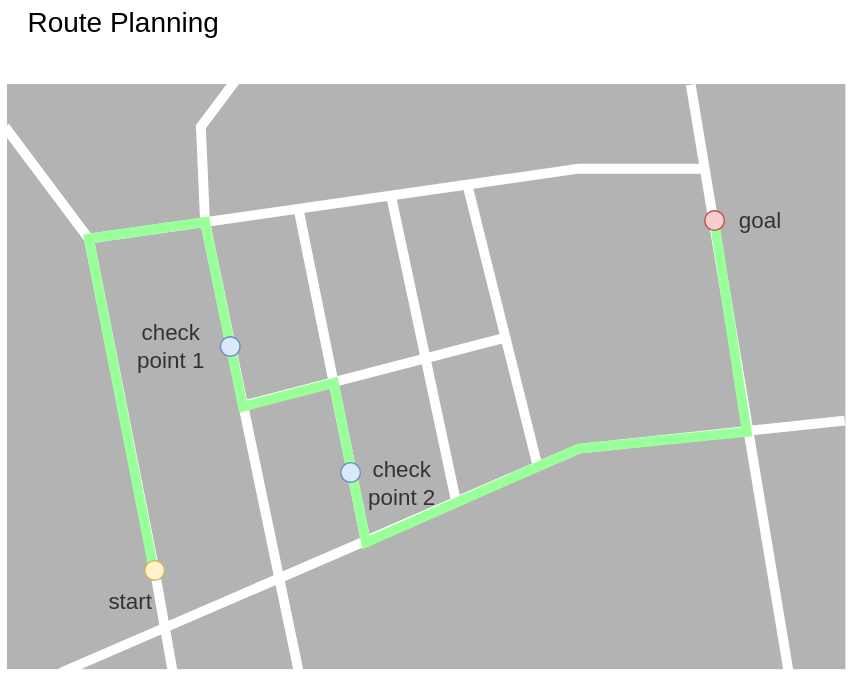
The draw.io diagram pr-355/design/autoware-architecture/planning/image/features-route-planning.drawio.svg in youtalk/autoware-documentation, before a commit. Source tidied: cells renumbered, new cells last; positions are measured from the earlier drawing's top-left corner, leaving out a move shared by most shapes. Source of this version:
```xml
<mxGraphModel>
  <root>
    <mxCell id="0" />
    <mxCell id="1" parent="0" />
    <mxCell id="2" style="rounded=0;whiteSpace=wrap;html=1;labelBackgroundColor=none;rotation=-90;fillColor=#B3B3B3;strokeColor=none;" parent="1" vertex="1">
      <mxGeometry x="92" width="418" height="599" as="geometry" />
    </mxCell>
    <mxCell id="3" value="Route Planning" style="text;html=1;strokeColor=none;fillColor=none;align=center;verticalAlign=middle;whiteSpace=wrap;rounded=0;labelBackgroundColor=none;sketch=0;fontColor=none;fontSize=20;" parent="1" vertex="1">
      <mxGeometry x="7" y="31" width="156" height="30" as="geometry" />
    </mxCell>
    <mxCell id="4" style="endArrow=none;html=1;rounded=0;strokeWidth=7;strokeColor=#FFFFFF;" parent="1" edge="1">
      <mxGeometry relative="1" as="geometry">
        <mxPoint x="60" y="201" as="sourcePoint" />
        <mxPoint x="500" y="151" as="targetPoint" />
        <Array as="points">
          <mxPoint x="410" y="151" />
          <mxPoint x="500" y="151" />
        </Array>
      </mxGeometry>
    </mxCell>
    <mxCell id="5" style="endArrow=none;html=1;rounded=0;strokeWidth=7;strokeColor=#FFFFFF;startArrow=none;" parent="1" edge="1" source="22">
      <mxGeometry relative="1" as="geometry">
        <mxPoint y="121" as="targetPoint" />
        <Array as="points">
          <mxPoint x="60" y="201" />
        </Array>
      </mxGeometry>
    </mxCell>
    <mxCell id="6" style="endArrow=none;html=1;rounded=0;strokeWidth=7;strokeColor=#FFFFFF;" parent="1" edge="1">
      <mxGeometry relative="1" as="geometry">
        <mxPoint x="210" y="511" as="sourcePoint" />
        <mxPoint x="170" y="81" as="targetPoint" />
        <Array as="points">
          <mxPoint x="143" y="189" />
          <mxPoint x="140" y="121" />
        </Array>
      </mxGeometry>
    </mxCell>
    <mxCell id="7" style="endArrow=none;html=1;rounded=0;strokeWidth=7;strokeColor=#FFFFFF;" parent="1" edge="1">
      <mxGeometry relative="1" as="geometry">
        <mxPoint x="600" y="331" as="sourcePoint" />
        <mxPoint x="40" y="511" as="targetPoint" />
        <Array as="points">
          <mxPoint x="410" y="351" />
        </Array>
      </mxGeometry>
    </mxCell>
    <mxCell id="8" style="endArrow=none;html=1;rounded=0;strokeWidth=7;strokeColor=#FFFFFF;" parent="1" edge="1">
      <mxGeometry relative="1" as="geometry">
        <mxPoint x="323" y="392" as="sourcePoint" />
        <mxPoint x="276" y="171" as="targetPoint" />
      </mxGeometry>
    </mxCell>
    <mxCell id="9" style="endArrow=none;html=1;rounded=0;strokeWidth=7;strokeColor=#FFFFFF;" parent="1" edge="1">
      <mxGeometry relative="1" as="geometry">
        <mxPoint x="380" y="361" as="sourcePoint" />
        <mxPoint x="330" y="161" as="targetPoint" />
      </mxGeometry>
    </mxCell>
    <mxCell id="10" style="endArrow=none;html=1;rounded=0;strokeWidth=7;strokeColor=#FFFFFF;" parent="1" edge="1">
      <mxGeometry relative="1" as="geometry">
        <mxPoint x="258" y="418" as="sourcePoint" />
        <mxPoint x="210" y="181" as="targetPoint" />
      </mxGeometry>
    </mxCell>
    <mxCell id="11" style="endArrow=none;html=1;rounded=0;strokeWidth=7;strokeColor=#FFFFFF;" parent="1" edge="1">
      <mxGeometry relative="1" as="geometry">
        <mxPoint x="173" y="319.5" as="sourcePoint" />
        <mxPoint x="360" y="271" as="targetPoint" />
      </mxGeometry>
    </mxCell>
    <mxCell id="12" style="endArrow=none;html=1;rounded=0;strokeWidth=7;strokeColor=#FFFFFF;" parent="1" edge="1">
      <mxGeometry relative="1" as="geometry">
        <mxPoint x="560" y="511" as="sourcePoint" />
        <mxPoint x="490" y="91" as="targetPoint" />
      </mxGeometry>
    </mxCell>
    <mxCell id="13" style="endArrow=none;html=1;rounded=0;strokeWidth=7;strokeColor=#FFFFFF;" parent="1" edge="1" target="22">
      <mxGeometry relative="1" as="geometry">
        <mxPoint x="120" y="511" as="sourcePoint" />
      </mxGeometry>
    </mxCell>
    <mxCell id="14" value="&lt;font style=&quot;font-size: 16px;&quot;&gt;start&lt;/font&gt;" style="text;html=1;strokeColor=none;fillColor=none;align=center;verticalAlign=middle;whiteSpace=wrap;rounded=0;fontColor=#333333;fontSize=16;" parent="1" vertex="1">
      <mxGeometry x="60" y="445" width="60" height="30" as="geometry" />
    </mxCell>
    <mxCell id="15" value="&lt;font style=&quot;font-size: 16px;&quot;&gt;check&lt;br style=&quot;font-size: 16px;&quot;&gt;point 1&lt;/font&gt;" style="text;html=1;strokeColor=none;fillColor=none;align=center;verticalAlign=middle;whiteSpace=wrap;rounded=0;fontColor=#333333;fontSize=16;" parent="1" vertex="1">
      <mxGeometry x="84" y="263" width="70" height="30" as="geometry" />
    </mxCell>
    <mxCell id="16" value="&lt;font style=&quot;font-size: 16px;&quot;&gt;check point 2&amp;nbsp;&lt;/font&gt;" style="text;html=1;strokeColor=none;fillColor=none;align=center;verticalAlign=middle;whiteSpace=wrap;rounded=0;fontColor=#333333;fontSize=16;" parent="1" vertex="1">
      <mxGeometry x="254" y="361" width="60" height="30" as="geometry" />
    </mxCell>
    <mxCell id="17" value="&lt;font style=&quot;font-size: 16px;&quot;&gt;goal&lt;/font&gt;" style="text;html=1;strokeColor=none;fillColor=none;align=center;verticalAlign=middle;whiteSpace=wrap;rounded=0;fontColor=#333333;fontSize=16;" parent="1" vertex="1">
      <mxGeometry x="510" y="173" width="60" height="30" as="geometry" />
    </mxCell>
    <mxCell id="18" style="endArrow=none;html=1;rounded=0;fontColor=#333333;strokeColor=#99FF99;strokeWidth=7;fillColor=#d5e8d4;" parent="1" edge="1">
      <mxGeometry relative="1" as="geometry">
        <mxPoint x="106" y="436" as="sourcePoint" />
        <mxPoint x="507" y="189" as="targetPoint" />
        <Array as="points">
          <mxPoint x="60" y="201" />
          <mxPoint x="143" y="189" />
          <mxPoint x="170" y="321" />
          <mxPoint x="235" y="304" />
          <mxPoint x="258" y="418" />
          <mxPoint x="410" y="351" />
          <mxPoint x="530" y="339" />
        </Array>
      </mxGeometry>
    </mxCell>
    <mxCell id="19" style="ellipse;whiteSpace=wrap;html=1;fillColor=#dae8fc;strokeColor=#6c8ebf;" parent="1" vertex="1">
      <mxGeometry x="154" y="271" width="14" height="14" as="geometry" />
    </mxCell>
    <mxCell id="20" style="ellipse;whiteSpace=wrap;html=1;fillColor=#dae8fc;strokeColor=#6c8ebf;" parent="1" vertex="1">
      <mxGeometry x="240" y="361" width="14" height="14" as="geometry" />
    </mxCell>
    <mxCell id="21" style="ellipse;whiteSpace=wrap;html=1;fillColor=#f8cecc;strokeColor=#b85450;" parent="1" vertex="1">
      <mxGeometry x="500" y="181" width="14" height="14" as="geometry" />
    </mxCell>
    <mxCell id="22" style="ellipse;whiteSpace=wrap;html=1;fillColor=#fff2cc;strokeColor=#d6b656;" parent="1" vertex="1">
      <mxGeometry x="100" y="431" width="14" height="14" as="geometry" />
    </mxCell>
  </root>
</mxGraphModel>
```
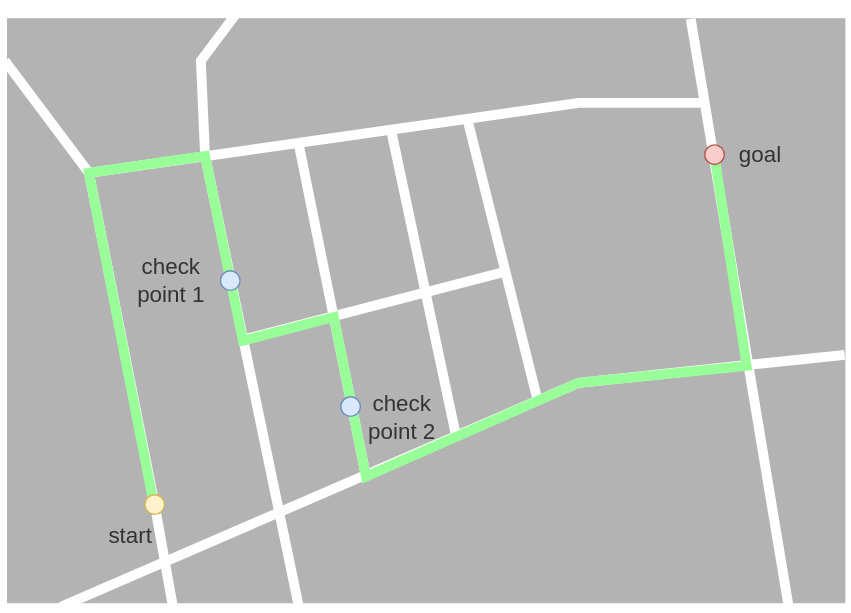
After the commit.

Diff of the diagram source:
```diff
@@ -2,122 +2,122 @@
   <root>
     <mxCell id="0" />
     <mxCell id="1" parent="0" />
+    <mxCell id="23" style="group;" parent="1" vertex="1">
+      <mxGeometry x="1.5" y="90.5" width="599" height="420.5" as="geometry" />
+    </mxCell>
-    <mxCell id="2" style="rounded=0;whiteSpace=wrap;html=1;labelBackgroundColor=none;rotation=-90;fillColor=#B3B3B3;strokeColor=none;" parent="1" vertex="1">
-      <mxGeometry x="92" width="418" height="599" as="geometry" />
+    <mxCell id="2" style="rounded=0;whiteSpace=wrap;html=1;labelBackgroundColor=none;rotation=-90;fillColor=#B3B3B3;strokeColor=none;" parent="23" vertex="1">
+      <mxGeometry x="90.5" y="-90.5" width="418" height="599" as="geometry" />
     </mxCell>
-    <mxCell id="3" value="Route Planning" style="text;html=1;strokeColor=none;fillColor=none;align=center;verticalAlign=middle;whiteSpace=wrap;rounded=0;labelBackgroundColor=none;sketch=0;fontColor=none;fontSize=20;" parent="1" vertex="1">
-      <mxGeometry x="7" y="31" width="156" height="30" as="geometry" />
-    </mxCell>
-    <mxCell id="4" style="endArrow=none;html=1;rounded=0;strokeWidth=7;strokeColor=#FFFFFF;" parent="1" edge="1">
+    <mxCell id="4" style="endArrow=none;html=1;rounded=0;strokeWidth=7;strokeColor=#FFFFFF;" parent="23" edge="1">
       <mxGeometry relative="1" as="geometry">
-        <mxPoint x="60" y="201" as="sourcePoint" />
-        <mxPoint x="500" y="151" as="targetPoint" />
+        <mxPoint x="58.5" y="110.5" as="sourcePoint" />
+        <mxPoint x="498.5" y="60.5" as="targetPoint" />
         <Array as="points">
-          <mxPoint x="410" y="151" />
-          <mxPoint x="500" y="151" />
+          <mxPoint x="408.5" y="60.5" />
+          <mxPoint x="498.5" y="60.5" />
         </Array>
       </mxGeometry>
     </mxCell>
-    <mxCell id="5" style="endArrow=none;html=1;rounded=0;strokeWidth=7;strokeColor=#FFFFFF;startArrow=none;" parent="1" edge="1" source="22">
+    <mxCell id="5" style="endArrow=none;html=1;rounded=0;strokeWidth=7;strokeColor=#FFFFFF;startArrow=none;" parent="23" edge="1" source="22">
       <mxGeometry relative="1" as="geometry">
-        <mxPoint y="121" as="targetPoint" />
+        <mxPoint x="-1.5" y="30.5" as="targetPoint" />
         <Array as="points">
-          <mxPoint x="60" y="201" />
+          <mxPoint x="58.5" y="110.5" />
         </Array>
       </mxGeometry>
     </mxCell>
-    <mxCell id="6" style="endArrow=none;html=1;rounded=0;strokeWidth=7;strokeColor=#FFFFFF;" parent="1" edge="1">
+    <mxCell id="6" style="endArrow=none;html=1;rounded=0;strokeWidth=7;strokeColor=#FFFFFF;" parent="23" edge="1">
       <mxGeometry relative="1" as="geometry">
-        <mxPoint x="210" y="511" as="sourcePoint" />
-        <mxPoint x="170" y="81" as="targetPoint" />
+        <mxPoint x="208.5" y="420.5" as="sourcePoint" />
+        <mxPoint x="168.5" y="-9.5" as="targetPoint" />
         <Array as="points">
-          <mxPoint x="143" y="189" />
-          <mxPoint x="140" y="121" />
+          <mxPoint x="141.5" y="98.5" />
+          <mxPoint x="138.5" y="30.5" />
         </Array>
       </mxGeometry>
     </mxCell>
-    <mxCell id="7" style="endArrow=none;html=1;rounded=0;strokeWidth=7;strokeColor=#FFFFFF;" parent="1" edge="1">
+    <mxCell id="7" style="endArrow=none;html=1;rounded=0;strokeWidth=7;strokeColor=#FFFFFF;" parent="23" edge="1">
       <mxGeometry relative="1" as="geometry">
-        <mxPoint x="600" y="331" as="sourcePoint" />
-        <mxPoint x="40" y="511" as="targetPoint" />
+        <mxPoint x="598.5" y="240.5" as="sourcePoint" />
+        <mxPoint x="38.5" y="420.5" as="targetPoint" />
         <Array as="points">
-          <mxPoint x="410" y="351" />
+          <mxPoint x="408.5" y="260.5" />
         </Array>
       </mxGeometry>
     </mxCell>
-    <mxCell id="8" style="endArrow=none;html=1;rounded=0;strokeWidth=7;strokeColor=#FFFFFF;" parent="1" edge="1">
+    <mxCell id="8" style="endArrow=none;html=1;rounded=0;strokeWidth=7;strokeColor=#FFFFFF;" parent="23" edge="1">
       <mxGeometry relative="1" as="geometry">
-        <mxPoint x="323" y="392" as="sourcePoint" />
-        <mxPoint x="276" y="171" as="targetPoint" />
+        <mxPoint x="321.5" y="301.5" as="sourcePoint" />
+        <mxPoint x="274.5" y="80.5" as="targetPoint" />
       </mxGeometry>
     </mxCell>
-    <mxCell id="9" style="endArrow=none;html=1;rounded=0;strokeWidth=7;strokeColor=#FFFFFF;" parent="1" edge="1">
+    <mxCell id="9" style="endArrow=none;html=1;rounded=0;strokeWidth=7;strokeColor=#FFFFFF;" parent="23" edge="1">
       <mxGeometry relative="1" as="geometry">
-        <mxPoint x="380" y="361" as="sourcePoint" />
-        <mxPoint x="330" y="161" as="targetPoint" />
+        <mxPoint x="378.5" y="270.5" as="sourcePoint" />
+        <mxPoint x="328.5" y="70.5" as="targetPoint" />
       </mxGeometry>
     </mxCell>
-    <mxCell id="10" style="endArrow=none;html=1;rounded=0;strokeWidth=7;strokeColor=#FFFFFF;" parent="1" edge="1">
+    <mxCell id="10" style="endArrow=none;html=1;rounded=0;strokeWidth=7;strokeColor=#FFFFFF;" parent="23" edge="1">
       <mxGeometry relative="1" as="geometry">
-        <mxPoint x="258" y="418" as="sourcePoint" />
-        <mxPoint x="210" y="181" as="targetPoint" />
+        <mxPoint x="256.5" y="327.5" as="sourcePoint" />
+        <mxPoint x="208.5" y="90.5" as="targetPoint" />
       </mxGeometry>
     </mxCell>
-    <mxCell id="11" style="endArrow=none;html=1;rounded=0;strokeWidth=7;strokeColor=#FFFFFF;" parent="1" edge="1">
+    <mxCell id="11" style="endArrow=none;html=1;rounded=0;strokeWidth=7;strokeColor=#FFFFFF;" parent="23" edge="1">
       <mxGeometry relative="1" as="geometry">
-        <mxPoint x="173" y="319.5" as="sourcePoint" />
-        <mxPoint x="360" y="271" as="targetPoint" />
+        <mxPoint x="171.5" y="229" as="sourcePoint" />
+        <mxPoint x="358.5" y="180.5" as="targetPoint" />
       </mxGeometry>
     </mxCell>
-    <mxCell id="12" style="endArrow=none;html=1;rounded=0;strokeWidth=7;strokeColor=#FFFFFF;" parent="1" edge="1">
+    <mxCell id="12" style="endArrow=none;html=1;rounded=0;strokeWidth=7;strokeColor=#FFFFFF;" parent="23" edge="1">
       <mxGeometry relative="1" as="geometry">
-        <mxPoint x="560" y="511" as="sourcePoint" />
-        <mxPoint x="490" y="91" as="targetPoint" />
+        <mxPoint x="558.5" y="420.5" as="sourcePoint" />
+        <mxPoint x="488.5" y="0.5" as="targetPoint" />
       </mxGeometry>
     </mxCell>
-    <mxCell id="13" style="endArrow=none;html=1;rounded=0;strokeWidth=7;strokeColor=#FFFFFF;" parent="1" edge="1" target="22">
+    <mxCell id="13" style="endArrow=none;html=1;rounded=0;strokeWidth=7;strokeColor=#FFFFFF;" parent="23" edge="1" target="22">
       <mxGeometry relative="1" as="geometry">
-        <mxPoint x="120" y="511" as="sourcePoint" />
+        <mxPoint x="118.5" y="420.5" as="sourcePoint" />
       </mxGeometry>
     </mxCell>
-    <mxCell id="14" value="&lt;font style=&quot;font-size: 16px;&quot;&gt;start&lt;/font&gt;" style="text;html=1;strokeColor=none;fillColor=none;align=center;verticalAlign=middle;whiteSpace=wrap;rounded=0;fontColor=#333333;fontSize=16;" parent="1" vertex="1">
-      <mxGeometry x="60" y="445" width="60" height="30" as="geometry" />
+    <mxCell id="14" value="&lt;font style=&quot;font-size: 16px;&quot;&gt;start&lt;/font&gt;" style="text;html=1;strokeColor=none;fillColor=none;align=center;verticalAlign=middle;whiteSpace=wrap;rounded=0;fontColor=#333333;fontSize=16;" parent="23" vertex="1">
+      <mxGeometry x="58.5" y="354.5" width="60" height="30" as="geometry" />
     </mxCell>
-    <mxCell id="15" value="&lt;font style=&quot;font-size: 16px;&quot;&gt;check&lt;br style=&quot;font-size: 16px;&quot;&gt;point 1&lt;/font&gt;" style="text;html=1;strokeColor=none;fillColor=none;align=center;verticalAlign=middle;whiteSpace=wrap;rounded=0;fontColor=#333333;fontSize=16;" parent="1" vertex="1">
-      <mxGeometry x="84" y="263" width="70" height="30" as="geometry" />
+    <mxCell id="15" value="&lt;font style=&quot;font-size: 16px;&quot;&gt;check&lt;br style=&quot;font-size: 16px;&quot;&gt;point 1&lt;/font&gt;" style="text;html=1;strokeColor=none;fillColor=none;align=center;verticalAlign=middle;whiteSpace=wrap;rounded=0;fontColor=#333333;fontSize=16;" parent="23" vertex="1">
+      <mxGeometry x="82.5" y="172.5" width="70" height="30" as="geometry" />
     </mxCell>
-    <mxCell id="16" value="&lt;font style=&quot;font-size: 16px;&quot;&gt;check point 2&amp;nbsp;&lt;/font&gt;" style="text;html=1;strokeColor=none;fillColor=none;align=center;verticalAlign=middle;whiteSpace=wrap;rounded=0;fontColor=#333333;fontSize=16;" parent="1" vertex="1">
-      <mxGeometry x="254" y="361" width="60" height="30" as="geometry" />
+    <mxCell id="16" value="&lt;font style=&quot;font-size: 16px;&quot;&gt;check point 2&amp;nbsp;&lt;/font&gt;" style="text;html=1;strokeColor=none;fillColor=none;align=center;verticalAlign=middle;whiteSpace=wrap;rounded=0;fontColor=#333333;fontSize=16;" parent="23" vertex="1">
+      <mxGeometry x="252.5" y="270.5" width="60" height="30" as="geometry" />
     </mxCell>
-    <mxCell id="17" value="&lt;font style=&quot;font-size: 16px;&quot;&gt;goal&lt;/font&gt;" style="text;html=1;strokeColor=none;fillColor=none;align=center;verticalAlign=middle;whiteSpace=wrap;rounded=0;fontColor=#333333;fontSize=16;" parent="1" vertex="1">
-      <mxGeometry x="510" y="173" width="60" height="30" as="geometry" />
+    <mxCell id="17" value="&lt;font style=&quot;font-size: 16px;&quot;&gt;goal&lt;/font&gt;" style="text;html=1;strokeColor=none;fillColor=none;align=center;verticalAlign=middle;whiteSpace=wrap;rounded=0;fontColor=#333333;fontSize=16;" parent="23" vertex="1">
+      <mxGeometry x="508.5" y="82.5" width="60" height="30" as="geometry" />
     </mxCell>
-    <mxCell id="18" style="endArrow=none;html=1;rounded=0;fontColor=#333333;strokeColor=#99FF99;strokeWidth=7;fillColor=#d5e8d4;" parent="1" edge="1">
+    <mxCell id="18" style="endArrow=none;html=1;rounded=0;fontColor=#333333;strokeColor=#99FF99;strokeWidth=7;fillColor=#d5e8d4;" parent="23" edge="1">
       <mxGeometry relative="1" as="geometry">
-        <mxPoint x="106" y="436" as="sourcePoint" />
-        <mxPoint x="507" y="189" as="targetPoint" />
+        <mxPoint x="104.5" y="345.5" as="sourcePoint" />
+        <mxPoint x="505.5" y="98.5" as="targetPoint" />
         <Array as="points">
-          <mxPoint x="60" y="201" />
-          <mxPoint x="143" y="189" />
-          <mxPoint x="170" y="321" />
-          <mxPoint x="235" y="304" />
-          <mxPoint x="258" y="418" />
-          <mxPoint x="410" y="351" />
-          <mxPoint x="530" y="339" />
+          <mxPoint x="58.5" y="110.5" />
+          <mxPoint x="141.5" y="98.5" />
+          <mxPoint x="168.5" y="230.5" />
+          <mxPoint x="233.5" y="213.5" />
+          <mxPoint x="256.5" y="327.5" />
+          <mxPoint x="408.5" y="260.5" />
+          <mxPoint x="528.5" y="248.5" />
         </Array>
       </mxGeometry>
     </mxCell>
-    <mxCell id="19" style="ellipse;whiteSpace=wrap;html=1;fillColor=#dae8fc;strokeColor=#6c8ebf;" parent="1" vertex="1">
-      <mxGeometry x="154" y="271" width="14" height="14" as="geometry" />
+    <mxCell id="19" style="ellipse;whiteSpace=wrap;html=1;fillColor=#dae8fc;strokeColor=#6c8ebf;" parent="23" vertex="1">
+      <mxGeometry x="152.5" y="180.5" width="14" height="14" as="geometry" />
     </mxCell>
-    <mxCell id="20" style="ellipse;whiteSpace=wrap;html=1;fillColor=#dae8fc;strokeColor=#6c8ebf;" parent="1" vertex="1">
-      <mxGeometry x="240" y="361" width="14" height="14" as="geometry" />
+    <mxCell id="20" style="ellipse;whiteSpace=wrap;html=1;fillColor=#dae8fc;strokeColor=#6c8ebf;" parent="23" vertex="1">
+      <mxGeometry x="238.5" y="270.5" width="14" height="14" as="geometry" />
     </mxCell>
-    <mxCell id="21" style="ellipse;whiteSpace=wrap;html=1;fillColor=#f8cecc;strokeColor=#b85450;" parent="1" vertex="1">
-      <mxGeometry x="500" y="181" width="14" height="14" as="geometry" />
+    <mxCell id="21" style="ellipse;whiteSpace=wrap;html=1;fillColor=#f8cecc;strokeColor=#b85450;" parent="23" vertex="1">
+      <mxGeometry x="498.5" y="90.5" width="14" height="14" as="geometry" />
     </mxCell>
-    <mxCell id="22" style="ellipse;whiteSpace=wrap;html=1;fillColor=#fff2cc;strokeColor=#d6b656;" parent="1" vertex="1">
-      <mxGeometry x="100" y="431" width="14" height="14" as="geometry" />
+    <mxCell id="22" style="ellipse;whiteSpace=wrap;html=1;fillColor=#fff2cc;strokeColor=#d6b656;" parent="23" vertex="1">
+      <mxGeometry x="98.5" y="340.5" width="14" height="14" as="geometry" />
     </mxCell>
   </root>
 </mxGraphModel>
```
